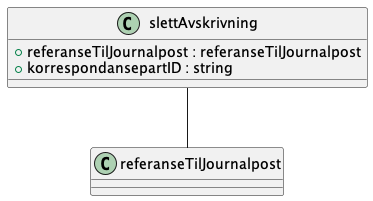
Above: Dokumentasjon/V1/SchemaModels/no/ks/fiks/arkiv/v1/arkivering/avskrivning/slett-relations.png in ks-no/fiks-arkiv-specification (PlantUML), before the change. The source it was exported from:
```plantuml
@startuml

class slettAvskrivning {
    +referanseTilJournalpost : referanseTilJournalpost
    +korrespondansepartID : string
}
slettAvskrivning -- referanseTilJournalpost
@enduml
```
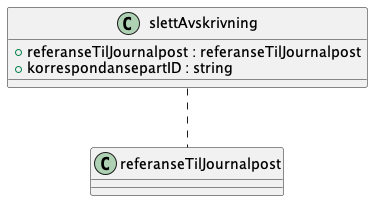
After the change.

The edit, as a diff of the source:
```diff
@@ -1,8 +1,6 @@
 @startuml
+!include slett.pu
 
-class slettAvskrivning {
-    +referanseTilJournalpost : referanseTilJournalpost
-    +korrespondansepartID : string
-}
-slettAvskrivning -- referanseTilJournalpost
+slettAvskrivning .. referanseTilJournalpost
+
 @enduml
```
